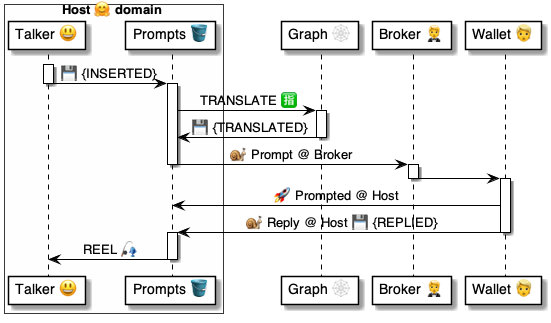
Earlier version of the PlantUML export 4 ⚙️ Solution/41 🎭 Domain Roles/Hosts 🤗/🤗🪣 Host tables/Prompts 🤔 table/🪣 Prompts/🤗 Host.Prompts ⚙️ uml.png (pollyweb-org/pollyweb-docs). Its source is kept beside it as 4 ⚙️ Solution/41 🎭 Domain Roles/Hosts 🤗/🤗🪣 Host tables/Prompts 🤔 table/🪣 Prompts/🤗 Host.Prompts ⚙️ uml.puml.
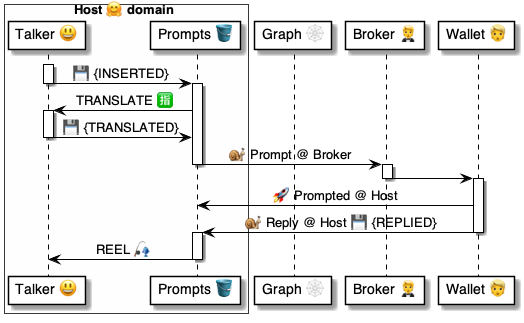
The same diagram one commit later.

Diff of the diagram source:
```diff
@@ -14,10 +14,10 @@
 deactivate PROMPT
 
 activate prompts
-    prompts -> graph: TRANSLATE 🈯
-    activate graph
-        graph -> prompts: 💾 {TRANSLATED}
-    deactivate graph
+    prompts -> PROMPT: TRANSLATE 🈯
+    activate PROMPT
+        PROMPT -> prompts: 💾 {TRANSLATED}
+    deactivate PROMPT
     prompts -> broker: 🐌 Prompt @ Broker
 deactivate prompts
 
```
